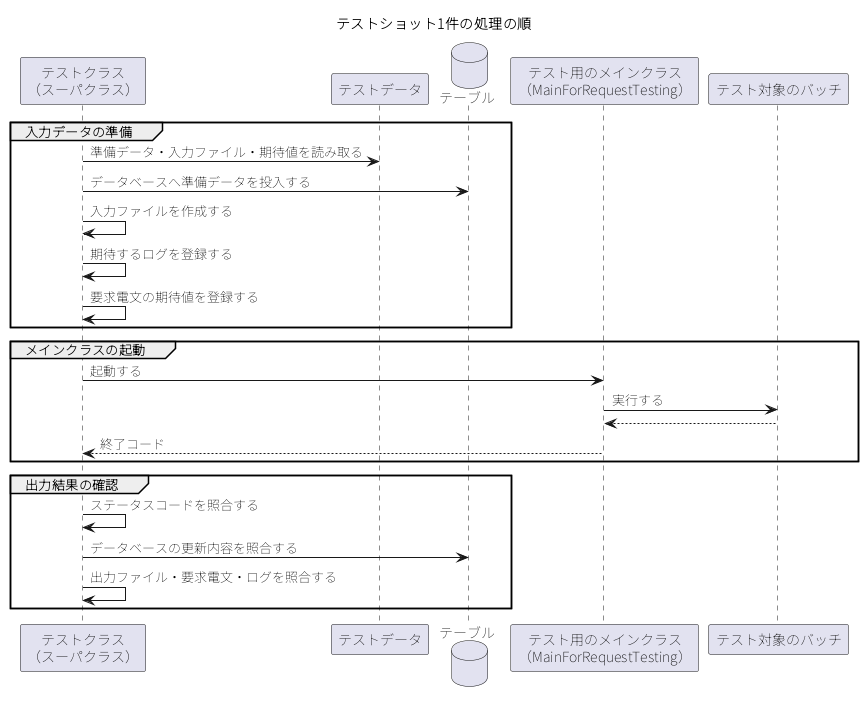
Before: ja/development_tools/testing_framework/implementation/request_unit_test/images/batch/execute_sequence.png, a diagram exported from PlantUML (nablarch/nablarch-document).
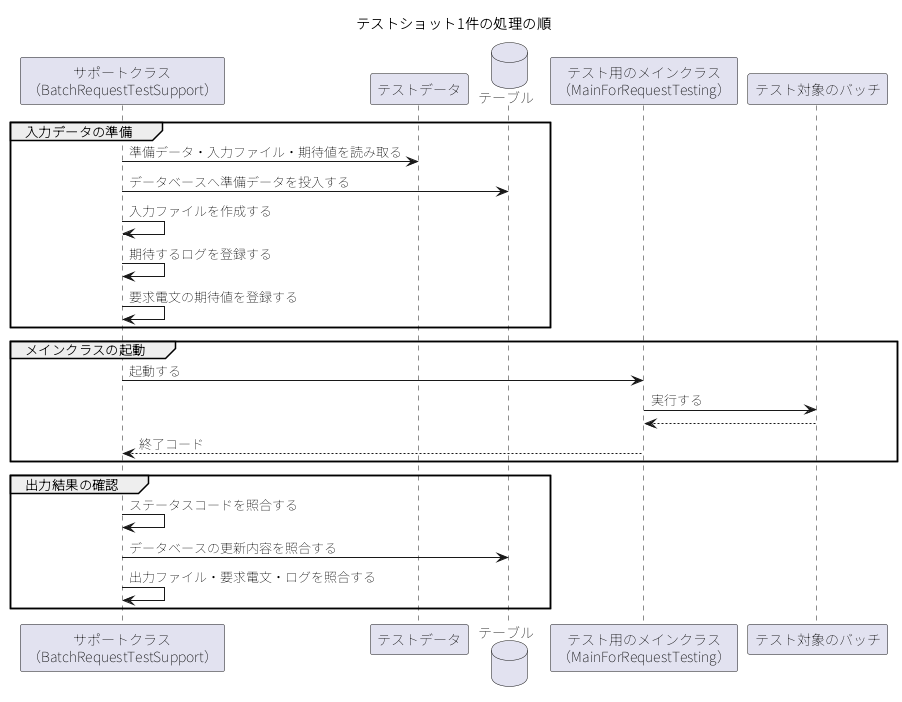
Later version of the same file.

The edit, as a diff of the source:
```diff
@@ -3,27 +3,27 @@
 skinparam defaultFontName "Noto Sans JP"
 skinparam sequenceMessageAlign left
 title テストショット1件の処理の順
-participant "テストクラス\n（スーパクラス）" as FW
+participant "サポートクラス\n（BatchRequestTestSupport）" as SUP
 participant "テストデータ" as TD
 database "テーブル" as DB
 participant "テスト用のメインクラス\n（MainForRequestTesting）" as MAIN
 participant "テスト対象のバッチ" as APP
 group 入力データの準備
-  FW -> TD : 準備データ・入力ファイル・期待値を読み取る
-  FW -> DB : データベースへ準備データを投入する
-  FW -> FW : 入力ファイルを作成する
-  FW -> FW : 期待するログを登録する
-  FW -> FW : 要求電文の期待値を登録する
+  SUP -> TD : 準備データ・入力ファイル・期待値を読み取る
+  SUP -> DB : データベースへ準備データを投入する
+  SUP -> SUP : 入力ファイルを作成する
+  SUP -> SUP : 期待するログを登録する
+  SUP -> SUP : 要求電文の期待値を登録する
 end
 group メインクラスの起動
-  FW -> MAIN : 起動する
+  SUP -> MAIN : 起動する
   MAIN -> APP : 実行する
   APP --> MAIN
-  MAIN --> FW : 終了コード
+  MAIN --> SUP : 終了コード
 end
 group 出力結果の確認
-  FW -> FW : ステータスコードを照合する
-  FW -> DB : データベースの更新内容を照合する
-  FW -> FW : 出力ファイル・要求電文・ログを照合する
+  SUP -> SUP : ステータスコードを照合する
+  SUP -> DB : データベースの更新内容を照合する
+  SUP -> SUP : 出力ファイル・要求電文・ログを照合する
 end
 @enduml
```
